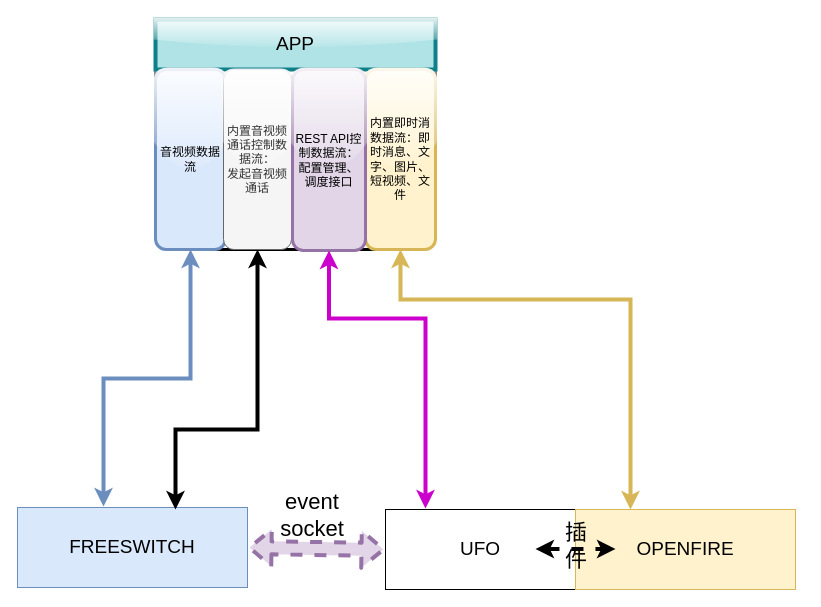
Earlier version of the draw.io diagram RCS功能模块数据流图.drawio (uyuy2043/yy). Source tidied: cells renumbered, new cells numbered last; positions are measured from the earlier drawing's top-left corner, leaving out a move shared by most shapes. Both pictures are drawn from the tidied source at 100%, with x=0, y=0 at pixel (17, 19).
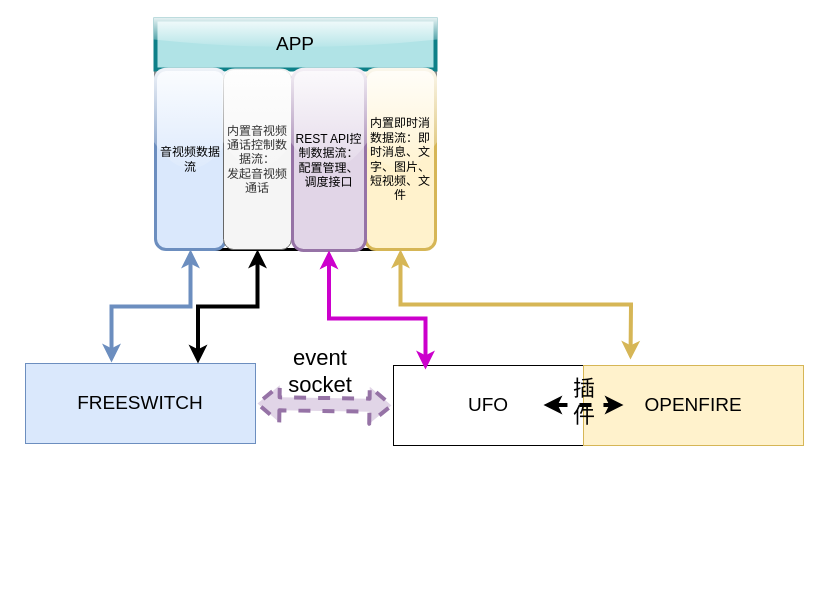
The same page after the edit.

Commit message (it also covers changes not shown here):
更新RCS功能模块数据流图.drawio

The change refers to these unchanged cells:
```xml
<mxCell id="9" value="内置音视频通话控制数据流：&lt;br&gt;发起音视频通话" style="rounded=1;whiteSpace=wrap;html=1;fillColor=#f5f5f5;strokeColor=#666666;strokeWidth=1;fontColor=#333333;shadow=0;comic=0;glass=1;" parent="1" vertex="1">
  <mxGeometry x="206" y="50" width="68" height="180" as="geometry" />
</mxCell>
<mxCell id="17" value="内置即时消数据流：即时消息、文字、图片、短视频、文件" style="rounded=1;whiteSpace=wrap;html=1;fillColor=#fff2cc;strokeColor=#d6b656;strokeWidth=3;shadow=0;comic=0;glass=1;" parent="1" vertex="1">
  <mxGeometry x="348" y="50" width="70" height="180" as="geometry" />
</mxCell>
<mxCell id="18" value="REST API控制数据流：配置管理、调度接口" style="rounded=1;whiteSpace=wrap;html=1;fillColor=#e1d5e7;strokeColor=#9673a6;strokeWidth=3;shadow=0;comic=0;glass=1;" parent="1" vertex="1">
  <mxGeometry x="275" y="50" width="73" height="181" as="geometry" />
</mxCell>
```

What changed in the source:
```diff
@@
     <mxCell id="2" style="edgeStyle=orthogonalEdgeStyle;rounded=0;orthogonalLoop=1;jettySize=auto;html=1;dashed=1;startArrow=classic;startFill=1;strokeWidth=4;" parent="1" edge="1">
       <mxGeometry relative="1" as="geometry">
-        <mxPoint x="436" y="500.5" as="sourcePoint" />
-        <mxPoint x="516" y="500.5" as="targetPoint" />
+        <mxPoint x="444" y="356.5" as="sourcePoint" />
+        <mxPoint x="524" y="356.5" as="targetPoint" />
       </mxGeometry>
     </mxCell>
@@
     <mxCell id="7" value="&lt;font style=&quot;font-size: 19px&quot;&gt;FREESWITCH&lt;/font&gt;" style="rounded=0;whiteSpace=wrap;html=1;fillColor=#dae8fc;strokeColor=#6c8ebf;" parent="1" vertex="1">
-      <mxGeometry y="488" width="230" height="80" as="geometry" />
+      <mxGeometry x="8" y="344" width="230" height="80" as="geometry" />
     </mxCell>
-    <mxCell id="8" style="edgeStyle=orthogonalEdgeStyle;rounded=0;jettySize=auto;html=1;startArrow=classic;startFill=1;strokeWidth=4;exitX=0.5;exitY=1;exitDx=0;exitDy=0;" parent="1" edge="1" source="9">
-      <mxGeometry relative="1" as="geometry">
-        <mxPoint x="158" y="490" as="targetPoint" />
-        <Array as="points">
-          <mxPoint x="240" y="410" />
-          <mxPoint x="158" y="410" />
-        </Array>
-      </mxGeometry>
+    <mxCell id="8" style="edgeStyle=orthogonalEdgeStyle;rounded=0;jettySize=auto;html=1;startArrow=classic;startFill=1;strokeWidth=4;exitX=0.5;exitY=1;exitDx=0;exitDy=0;entryX=0.75;entryY=0;entryDx=0;entryDy=0;" parent="1" edge="1" source="9" target="7">
+      <mxGeometry relative="1" as="geometry" />
     </mxCell>
@@
     <mxCell id="10" value="&lt;font style=&quot;font-size: 19px&quot;&gt;UFO&lt;/font&gt;" style="rounded=0;whiteSpace=wrap;html=1;" parent="1" vertex="1">
-      <mxGeometry x="368" y="490" width="190" height="80" as="geometry" />
+      <mxGeometry x="376" y="346" width="190" height="80" as="geometry" />
     </mxCell>
-    <mxCell id="11" style="edgeStyle=orthogonalEdgeStyle;rounded=0;jettySize=auto;html=1;exitX=0.5;exitY=1;exitDx=0;exitDy=0;entryX=0.25;entryY=0;entryDx=0;entryDy=0;startArrow=classic;startFill=1;fillColor=#fff2cc;strokeColor=#d6b656;strokeWidth=4;" parent="1" edge="1" source="17" target="12">
+    <mxCell id="11" style="edgeStyle=orthogonalEdgeStyle;rounded=0;jettySize=auto;html=1;exitX=0.5;exitY=1;exitDx=0;exitDy=0;startArrow=classic;startFill=1;fillColor=#fff2cc;strokeColor=#d6b656;strokeWidth=4;" parent="1" edge="1" source="17">
       <mxGeometry relative="1" as="geometry">
-        <Array as="points">
-          <mxPoint x="383" y="280" />
-          <mxPoint x="613" y="280" />
-        </Array>
+        <mxPoint x="613" y="340" as="targetPoint" />
       </mxGeometry>
     </mxCell>
     <mxCell id="12" value="&lt;font style=&quot;font-size: 19px&quot;&gt;OPENFIRE&lt;/font&gt;" style="rounded=0;whiteSpace=wrap;html=1;fillColor=#fff2cc;strokeColor=#d6b656;" parent="1" vertex="1">
-      <mxGeometry x="558" y="490" width="220" height="80" as="geometry" />
+      <mxGeometry x="566" y="346" width="220" height="80" as="geometry" />
     </mxCell>
@@
     <mxCell id="14" style="edgeStyle=orthogonalEdgeStyle;rounded=0;orthogonalLoop=1;jettySize=auto;html=1;dashed=1;startArrow=classic;startFill=1;strokeWidth=4;" parent="1" edge="1">
       <mxGeometry relative="1" as="geometry">
-        <mxPoint x="518" y="529.5" as="sourcePoint" />
-        <mxPoint x="598" y="529.5" as="targetPoint" />
+        <mxPoint x="526" y="385.5" as="sourcePoint" />
+        <mxPoint x="606" y="385.5" as="targetPoint" />
       </mxGeometry>
     </mxCell>
     <mxCell id="15" value="&lt;font style=&quot;font-size: 22px&quot;&gt;插件&lt;/font&gt;" style="text;html=1;strokeColor=none;fillColor=none;align=center;verticalAlign=middle;whiteSpace=wrap;rounded=0;strokeWidth=5;" parent="1" vertex="1">
-      <mxGeometry x="539" y="517" width="40" height="20" as="geometry" />
+      <mxGeometry x="547" y="373" width="40" height="20" as="geometry" />
     </mxCell>
     <mxCell id="16" value="&lt;span style=&quot;font-size: 22px&quot;&gt;event socket&lt;/span&gt;" style="text;html=1;strokeColor=none;fillColor=none;align=center;verticalAlign=middle;whiteSpace=wrap;rounded=0;strokeWidth=5;" parent="1" vertex="1">
-      <mxGeometry x="275" y="474" width="40" height="43" as="geometry" />
+      <mxGeometry x="283" y="330" width="40" height="43" as="geometry" />
     </mxCell>
@@
     <mxCell id="19" style="edgeStyle=orthogonalEdgeStyle;rounded=0;jettySize=auto;html=1;exitX=0.5;exitY=1;exitDx=0;exitDy=0;startArrow=classic;startFill=1;strokeWidth=4;strokeColor=#CC00CC;" parent="1" edge="1" source="18">
       <mxGeometry relative="1" as="geometry">
-        <mxPoint x="408" y="489" as="targetPoint" />
+        <mxPoint x="408" y="350" as="targetPoint" />
         <Array as="points">
           <mxPoint x="312" y="299" />
           <mxPoint x="408" y="299" />
         </Array>
       </mxGeometry>
     </mxCell>
```
